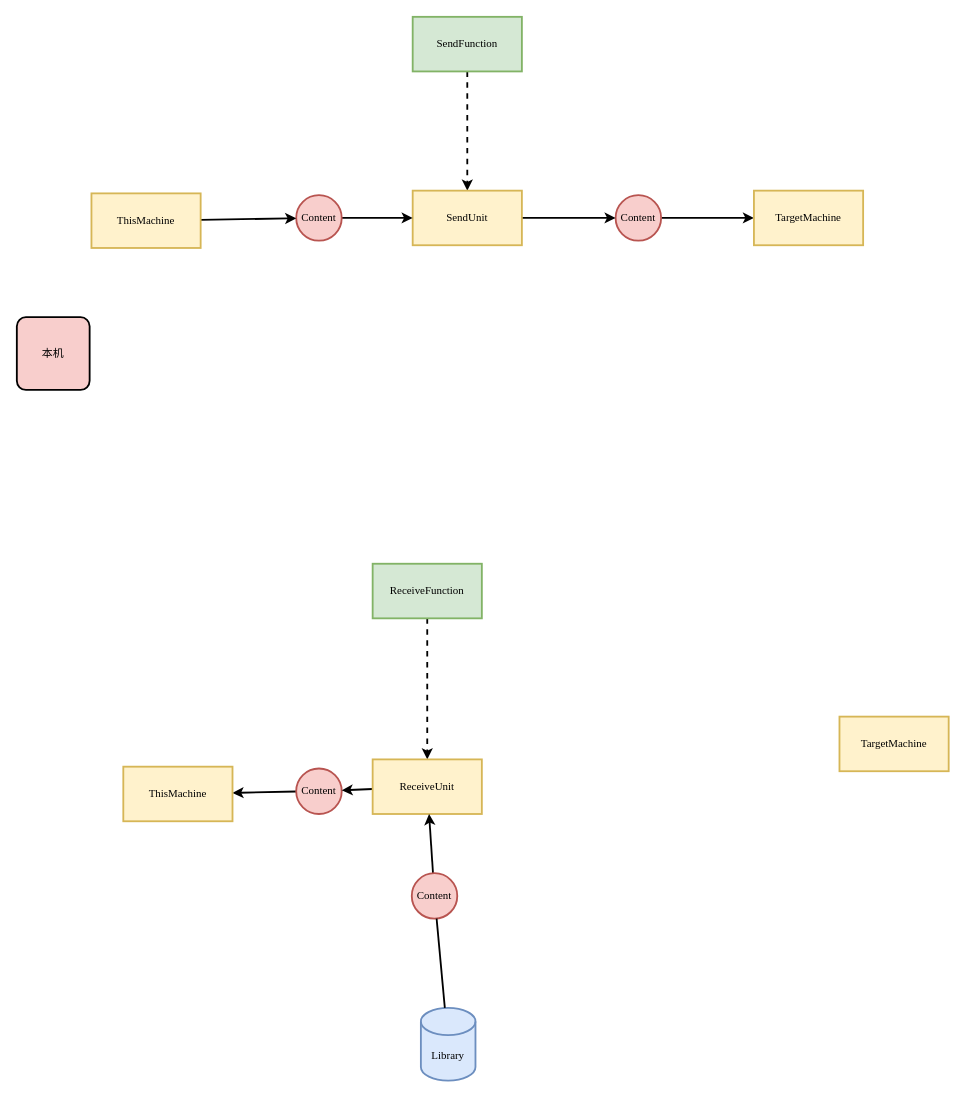
EntelechySystem/EntelechySystem_theory keeps this draw.io diagram as page "Unit功能" (3 of 8) of Notes/机器功能/机器功能.drawio. Above is the earlier version. Source tidied: cells renumbered, new cells numbered last; positions are measured from the earlier drawing's top-left corner, leaving out a move shared by most shapes. Both pictures are drawn from the tidied source at 91%, with x=0, y=0 at pixel (16, 16).
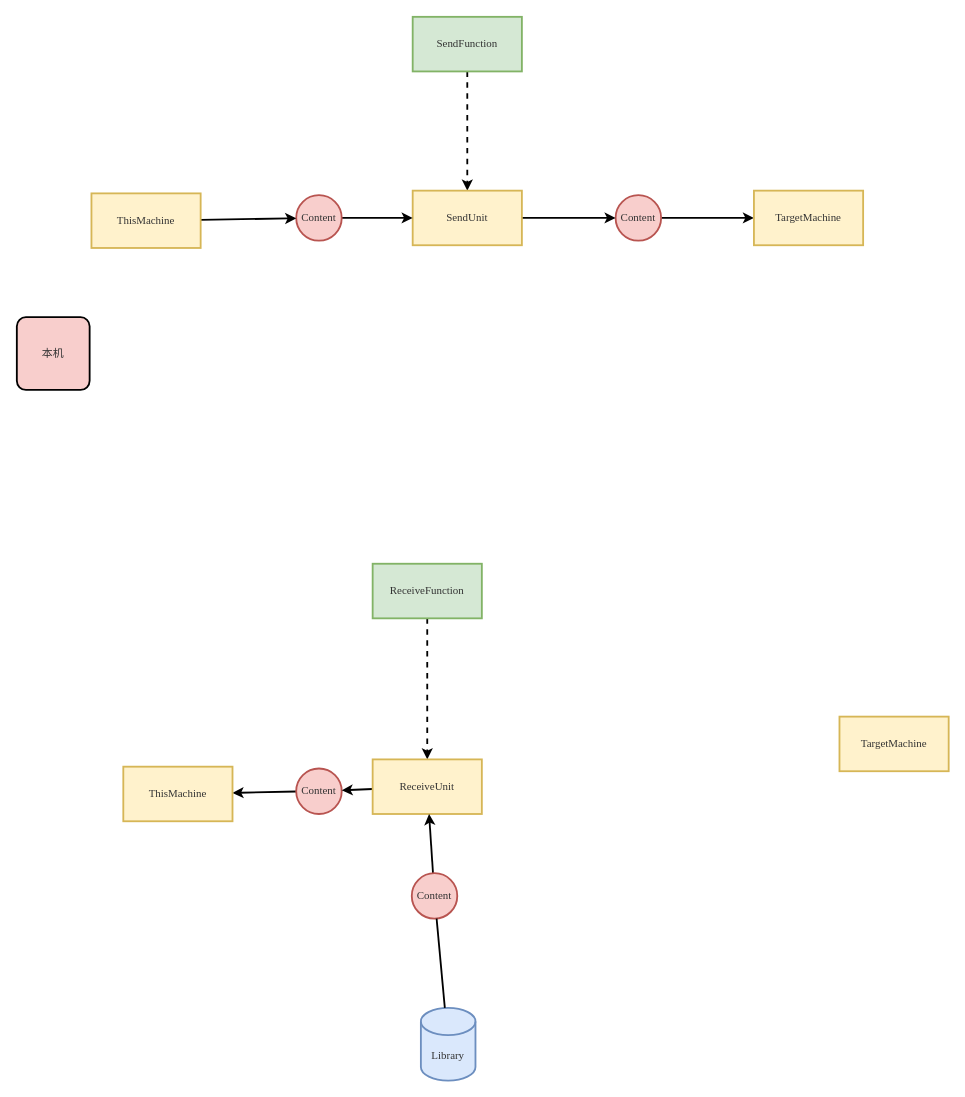
Above is the later version.

Diff of the diagram source:
```diff
@@
-    <mxCell id="3" value="Content" style="ellipse;whiteSpace=wrap;html=1;fontFamily=Times New Roman;strokeWidth=2;fillColor=#f8cecc;strokeColor=#b85450;flipH=1;flipV=0;" parent="1" vertex="1">
+    <mxCell id="3" value="Content" style="ellipse;whiteSpace=wrap;html=1;fontFamily=Times New Roman;strokeWidth=2;fillColor=#f8cecc;strokeColor=#b85450;flipH=1;flipV=0;fontColor=#333333;" parent="1" vertex="1">
       <mxGeometry x="658" y="196" width="50" height="50" as="geometry" />
     </mxCell>
-    <mxCell id="4" value="TargetMachine" style="whiteSpace=wrap;html=1;fontFamily=Times New Roman;strokeWidth=2;fillColor=#fff2cc;strokeColor=#d6b656;flipH=1;flipV=0;" parent="1" vertex="1">
+    <mxCell id="4" value="TargetMachine" style="whiteSpace=wrap;html=1;fontFamily=Times New Roman;strokeWidth=2;fillColor=#fff2cc;strokeColor=#d6b656;flipH=1;flipV=0;fontColor=#333333;" parent="1" vertex="1">
       <mxGeometry x="810" y="191" width="120" height="60" as="geometry" />
     </mxCell>
@@
-    <mxCell id="6" value="SendFunction" style="rounded=0;whiteSpace=wrap;html=1;fontFamily=Times New Roman;strokeWidth=2;fillColor=#d5e8d4;strokeColor=#82b366;" parent="1" vertex="1">
+    <mxCell id="6" value="SendFunction" style="rounded=0;whiteSpace=wrap;html=1;fontFamily=Times New Roman;strokeWidth=2;fillColor=#d5e8d4;strokeColor=#82b366;fontColor=#333333;" parent="1" vertex="1">
       <mxGeometry x="435" width="120" height="60" as="geometry" />
     </mxCell>
@@
-    <mxCell id="8" value="SendUnit" style="rounded=0;whiteSpace=wrap;html=1;fontFamily=Times New Roman;strokeWidth=2;fillColor=#fff2cc;strokeColor=#d6b656;flipH=1;flipV=0;" parent="1" vertex="1">
+    <mxCell id="8" value="SendUnit" style="rounded=0;whiteSpace=wrap;html=1;fontFamily=Times New Roman;strokeWidth=2;fillColor=#fff2cc;strokeColor=#d6b656;flipH=1;flipV=0;fontColor=#333333;" parent="1" vertex="1">
       <mxGeometry x="435" y="191" width="120" height="60" as="geometry" />
     </mxCell>
@@
-    <mxCell id="10" value="Content" style="ellipse;whiteSpace=wrap;html=1;fontFamily=Times New Roman;strokeWidth=2;fillColor=#f8cecc;strokeColor=#b85450;flipH=1;flipV=0;" parent="1" vertex="1">
+    <mxCell id="10" value="Content" style="ellipse;whiteSpace=wrap;html=1;fontFamily=Times New Roman;strokeWidth=2;fillColor=#f8cecc;strokeColor=#b85450;flipH=1;flipV=0;fontColor=#333333;" parent="1" vertex="1">
       <mxGeometry x="307" y="196" width="50" height="50" as="geometry" />
     </mxCell>
@@
-    <mxCell id="12" value="Content" style="ellipse;whiteSpace=wrap;html=1;fontFamily=Times New Roman;strokeWidth=2;fillColor=#f8cecc;strokeColor=#b85450;flipH=1;flipV=0;" parent="1" vertex="1">
+    <mxCell id="12" value="Content" style="ellipse;whiteSpace=wrap;html=1;fontFamily=Times New Roman;strokeWidth=2;fillColor=#f8cecc;strokeColor=#b85450;flipH=1;flipV=0;fontColor=#333333;" parent="1" vertex="1">
       <mxGeometry x="307" y="826" width="50" height="50" as="geometry" />
     </mxCell>
-    <mxCell id="13" value="ThisMachine" style="whiteSpace=wrap;html=1;fontFamily=Times New Roman;strokeWidth=2;fillColor=#fff2cc;strokeColor=#d6b656;flipH=1;flipV=0;" parent="1" vertex="1">
+    <mxCell id="13" value="ThisMachine" style="whiteSpace=wrap;html=1;fontFamily=Times New Roman;strokeWidth=2;fillColor=#fff2cc;strokeColor=#d6b656;flipH=1;flipV=0;fontColor=#333333;" parent="1" vertex="1">
       <mxGeometry x="117" y="824" width="120" height="60" as="geometry" />
     </mxCell>
@@
-    <mxCell id="15" value="ReceiveFunction" style="rounded=0;whiteSpace=wrap;html=1;fontFamily=Times New Roman;strokeWidth=2;fillColor=#d5e8d4;strokeColor=#82b366;" parent="1" vertex="1">
+    <mxCell id="15" value="ReceiveFunction" style="rounded=0;whiteSpace=wrap;html=1;fontFamily=Times New Roman;strokeWidth=2;fillColor=#d5e8d4;strokeColor=#82b366;fontColor=#333333;" parent="1" vertex="1">
       <mxGeometry x="391" y="601" width="120" height="60" as="geometry" />
     </mxCell>
@@
-    <mxCell id="17" value="Library" style="shape=cylinder3;whiteSpace=wrap;html=1;boundedLbl=1;backgroundOutline=1;size=15;fontFamily=Times New Roman;strokeWidth=2;fillColor=#dae8fc;strokeColor=#6c8ebf;flipH=1;flipV=0;" parent="1" vertex="1">
+    <mxCell id="17" value="Library" style="shape=cylinder3;whiteSpace=wrap;html=1;boundedLbl=1;backgroundOutline=1;size=15;fontFamily=Times New Roman;strokeWidth=2;fillColor=#dae8fc;strokeColor=#6c8ebf;flipH=1;flipV=0;fontColor=#333333;" parent="1" vertex="1">
       <mxGeometry x="444" y="1089" width="60" height="80" as="geometry" />
     </mxCell>
-    <mxCell id="18" value="ReceiveUnit" style="rounded=0;whiteSpace=wrap;html=1;fontFamily=Times New Roman;strokeWidth=2;fillColor=#fff2cc;strokeColor=#d6b656;flipH=1;flipV=0;" parent="1" vertex="1">
+    <mxCell id="18" value="ReceiveUnit" style="rounded=0;whiteSpace=wrap;html=1;fontFamily=Times New Roman;strokeWidth=2;fillColor=#fff2cc;strokeColor=#d6b656;flipH=1;flipV=0;fontColor=#333333;" parent="1" vertex="1">
       <mxGeometry x="391" y="816" width="120" height="60" as="geometry" />
     </mxCell>
@@
-    <mxCell id="20" value="Content" style="ellipse;whiteSpace=wrap;html=1;fontFamily=Times New Roman;strokeWidth=2;fillColor=#f8cecc;strokeColor=#b85450;flipH=1;flipV=0;" parent="1" vertex="1">
+    <mxCell id="20" value="Content" style="ellipse;whiteSpace=wrap;html=1;fontFamily=Times New Roman;strokeWidth=2;fillColor=#f8cecc;strokeColor=#b85450;flipH=1;flipV=0;fontColor=#333333;" parent="1" vertex="1">
       <mxGeometry x="434" y="941" width="50" height="50" as="geometry" />
     </mxCell>
@@
-    <mxCell id="22" value="TargetMachine" style="whiteSpace=wrap;html=1;fontFamily=Times New Roman;strokeWidth=2;fillColor=#fff2cc;strokeColor=#d6b656;flipH=1;flipV=0;" parent="1" vertex="1">
+    <mxCell id="22" value="TargetMachine" style="whiteSpace=wrap;html=1;fontFamily=Times New Roman;strokeWidth=2;fillColor=#fff2cc;strokeColor=#d6b656;flipH=1;flipV=0;fontColor=#333333;" parent="1" vertex="1">
       <mxGeometry x="904" y="769" width="120" height="60" as="geometry" />
     </mxCell>
@@
-    <mxCell id="24" value="ThisMachine" style="whiteSpace=wrap;html=1;fontFamily=Times New Roman;strokeWidth=2;fillColor=#fff2cc;strokeColor=#d6b656;flipH=1;flipV=0;" parent="1" vertex="1">
+    <mxCell id="24" value="ThisMachine" style="whiteSpace=wrap;html=1;fontFamily=Times New Roman;strokeWidth=2;fillColor=#fff2cc;strokeColor=#d6b656;flipH=1;flipV=0;fontColor=#333333;" parent="1" vertex="1">
       <mxGeometry x="82" y="194" width="120" height="60" as="geometry" />
     </mxCell>
-    <mxCell id="25" value="本机" style="rounded=1;whiteSpace=wrap;html=1;fontFamily=Times New Roman;fontSize=12;fontColor=default;align=center;strokeColor=default;fillColor=#f8cecc;absoluteArcSize=1;strokeWidth=2;enumerate=0;comic=0;fixedWidth=0;" parent="1" vertex="1">
+    <mxCell id="25" value="本机" style="rounded=1;whiteSpace=wrap;html=1;fontFamily=Times New Roman;fontSize=12;fontColor=#333333;align=center;strokeColor=default;fillColor=#f8cecc;absoluteArcSize=1;strokeWidth=2;enumerate=0;comic=0;fixedWidth=0;" parent="1" vertex="1">
       <mxGeometry y="330" width="80" height="80" as="geometry" />
     </mxCell>
```
